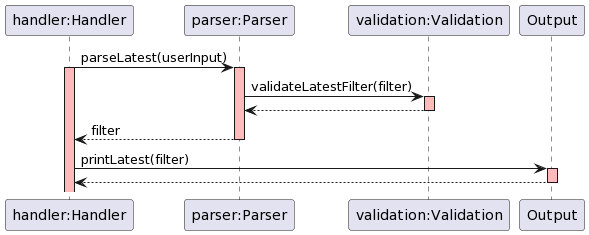
rouvinerh/tp keeps this PlantUML diagram as docs/img/sequence_diagrams/latest_sequence.png. Above is the earlier version.
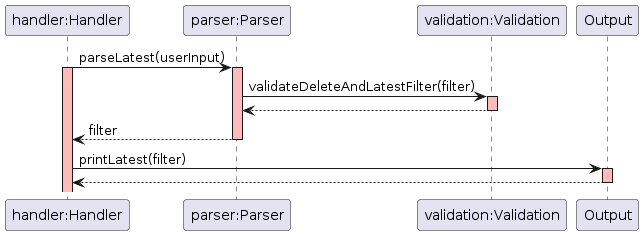
The same diagram one commit later.

Diff of the diagram source:
```diff
@@ -10,7 +10,7 @@
 activate Parser #FFBBBB
 
 
-    Parser -> Validation: validateLatestFilter(filter)
+    Parser -> Validation: validateDeleteAndLatestFilter(filter)
     activate Validation #FFBBBB
     Validation --> Parser:
     deactivate Validation #FFBBBB
```
